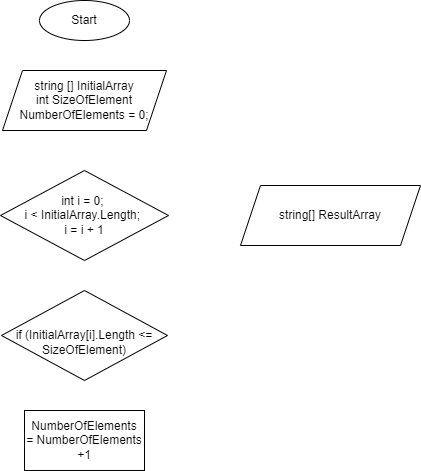
Above: Diagram.drawio.png in AntonStepin/ContolWork (draw.io), before the change. Source tidied: cells renumbered, new cells last; positions are measured from the earlier drawing's top-left corner, leaving out a move shared by most shapes. The source it was exported from:
```xml
<mxGraphModel>
  <root>
    <mxCell id="0" />
    <mxCell id="1" parent="0" />
    <mxCell id="2" value="Start" style="ellipse;whiteSpace=wrap;html=1;" parent="1" vertex="1">
      <mxGeometry x="39" width="90" height="40" as="geometry" />
    </mxCell>
    <mxCell id="3" value="int i = 0; &lt;br&gt;i &amp;lt; InitialArray.Length; &lt;br&gt;i = i + 1" style="rhombus;whiteSpace=wrap;html=1;" parent="1" vertex="1">
      <mxGeometry y="170" width="168" height="90" as="geometry" />
    </mxCell>
    <mxCell id="4" value="&lt;br&gt;if (InitialArray[i].Length &amp;lt;= SizeOfElement)" style="rhombus;whiteSpace=wrap;html=1;" parent="1" vertex="1">
      <mxGeometry x="1" y="290" width="166" height="90" as="geometry" />
    </mxCell>
    <mxCell id="5" value="&lt;span&gt;NumberOfElements =&amp;nbsp;&lt;/span&gt;NumberOfElements +1" style="rounded=0;whiteSpace=wrap;html=1;" parent="1" vertex="1">
      <mxGeometry x="24" y="410" width="120" height="60" as="geometry" />
    </mxCell>
    <mxCell id="6" value="&lt;span&gt;string [] InitialArray&lt;/span&gt;&lt;br&gt;&lt;span&gt;int SizeOfElement&lt;/span&gt;&lt;br&gt;&lt;span&gt;NumberOfElements = 0;&lt;/span&gt;" style="shape=parallelogram;perimeter=parallelogramPerimeter;whiteSpace=wrap;html=1;fixedSize=1;" parent="1" vertex="1">
      <mxGeometry x="2" y="70" width="164" height="60" as="geometry" />
    </mxCell>
    <mxCell id="7" value="string[] ResultArray" style="shape=parallelogram;perimeter=parallelogramPerimeter;whiteSpace=wrap;html=1;fixedSize=1;" parent="1" vertex="1">
      <mxGeometry x="240" y="185" width="180" height="60" as="geometry" />
    </mxCell>
  </root>
</mxGraphModel>
```
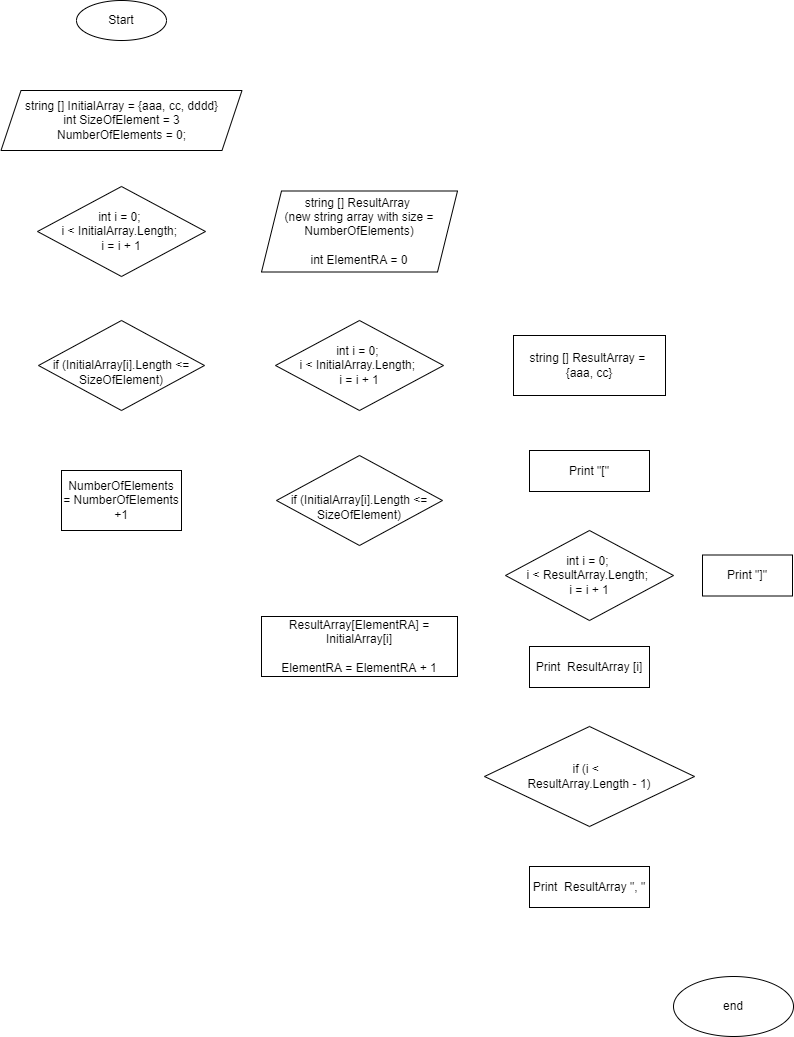
The same diagram one commit later.

Commit message:
Diagram v2 full

Diff of the diagram source:
```diff
@@ -3,22 +3,55 @@
     <mxCell id="0" />
     <mxCell id="1" parent="0" />
     <mxCell id="2" value="Start" style="ellipse;whiteSpace=wrap;html=1;" parent="1" vertex="1">
-      <mxGeometry x="39" width="90" height="40" as="geometry" />
+      <mxGeometry x="-236" y="14" width="90" height="40" as="geometry" />
     </mxCell>
     <mxCell id="3" value="int i = 0; &lt;br&gt;i &amp;lt; InitialArray.Length; &lt;br&gt;i = i + 1" style="rhombus;whiteSpace=wrap;html=1;" parent="1" vertex="1">
-      <mxGeometry y="170" width="168" height="90" as="geometry" />
+      <mxGeometry x="-275" y="200" width="168" height="90" as="geometry" />
     </mxCell>
     <mxCell id="4" value="&lt;br&gt;if (InitialArray[i].Length &amp;lt;= SizeOfElement)" style="rhombus;whiteSpace=wrap;html=1;" parent="1" vertex="1">
-      <mxGeometry x="1" y="290" width="166" height="90" as="geometry" />
+      <mxGeometry x="-274" y="334" width="166" height="90" as="geometry" />
     </mxCell>
     <mxCell id="5" value="&lt;span&gt;NumberOfElements =&amp;nbsp;&lt;/span&gt;NumberOfElements +1" style="rounded=0;whiteSpace=wrap;html=1;" parent="1" vertex="1">
-      <mxGeometry x="24" y="410" width="120" height="60" as="geometry" />
+      <mxGeometry x="-251" y="484" width="120" height="60" as="geometry" />
     </mxCell>
-    <mxCell id="6" value="&lt;span&gt;string [] InitialArray&lt;/span&gt;&lt;br&gt;&lt;span&gt;int SizeOfElement&lt;/span&gt;&lt;br&gt;&lt;span&gt;NumberOfElements = 0;&lt;/span&gt;" style="shape=parallelogram;perimeter=parallelogramPerimeter;whiteSpace=wrap;html=1;fixedSize=1;" parent="1" vertex="1">
-      <mxGeometry x="2" y="70" width="164" height="60" as="geometry" />
+    <mxCell id="6" value="&lt;span&gt;string [] InitialArray = {aaa, cc, dddd}&lt;/span&gt;&lt;br&gt;&lt;span&gt;int SizeOfElement = 3&lt;/span&gt;&lt;br&gt;&lt;span&gt;NumberOfElements = 0;&lt;/span&gt;" style="shape=parallelogram;perimeter=parallelogramPerimeter;whiteSpace=wrap;html=1;fixedSize=1;" parent="1" vertex="1">
+      <mxGeometry x="-311.5" y="104" width="241" height="60" as="geometry" />
     </mxCell>
-    <mxCell id="7" value="string[] ResultArray" style="shape=parallelogram;perimeter=parallelogramPerimeter;whiteSpace=wrap;html=1;fixedSize=1;" parent="1" vertex="1">
-      <mxGeometry x="240" y="185" width="180" height="60" as="geometry" />
-    </mxCell>
+    <mxCell id="8" value="&lt;br&gt;if (InitialArray[i].Length &amp;lt;= SizeOfElement)" style="rhombus;whiteSpace=wrap;html=1;" parent="1" vertex="1">
+      <mxGeometry x="-36" y="469" width="166" height="90" as="geometry" />
+    </mxCell>
+    <mxCell id="9" value="ResultArray[ElementRA] = InitialArray[i]&lt;br&gt;&lt;br&gt;ElementRA = ElementRA + 1" style="rounded=0;whiteSpace=wrap;html=1;" parent="1" vertex="1">
+      <mxGeometry x="-51" y="630" width="196" height="60" as="geometry" />
+    </mxCell>
+    <mxCell id="10" value="string [] ResultArray = &lt;br&gt;{aaa, cc}" style="rounded=0;whiteSpace=wrap;html=1;" parent="1" vertex="1">
+      <mxGeometry x="201" y="349" width="152" height="60" as="geometry" />
+    </mxCell>
+    <mxCell id="11" value="int i = 0; &lt;br&gt;i &amp;lt; ResultArray.Length; &lt;br&gt;i = i + 1" style="rhombus;whiteSpace=wrap;html=1;" parent="1" vertex="1">
+      <mxGeometry x="193" y="544" width="168" height="90" as="geometry" />
+    </mxCell>
+    <mxCell id="12" value="string [] ResultArray&amp;nbsp;&lt;br&gt;(new string array with size = NumberOfElements)&lt;br&gt;&lt;br&gt;int ElementRA = 0" style="shape=parallelogram;perimeter=parallelogramPerimeter;whiteSpace=wrap;html=1;fixedSize=1;" parent="1" vertex="1">
+      <mxGeometry x="-51" y="204.5" width="196" height="81" as="geometry" />
+    </mxCell>
+    <mxCell id="13" value="int i = 0; &lt;br&gt;i &amp;lt; InitialArray.Length; &lt;br&gt;i = i + 1" style="rhombus;whiteSpace=wrap;html=1;" parent="1" vertex="1">
+      <mxGeometry x="-37" y="334" width="168" height="90" as="geometry" />
+    </mxCell>
+    <mxCell id="14" value="Print &quot;[&quot;" style="rounded=0;whiteSpace=wrap;html=1;" parent="1" vertex="1">
+      <mxGeometry x="217" y="464" width="120" height="41" as="geometry" />
+    </mxCell>
+    <mxCell id="15" value="if (i &amp;lt;&amp;nbsp; &lt;br&gt;ResultArray.Length - 1)" style="rhombus;whiteSpace=wrap;html=1;" parent="1" vertex="1">
+      <mxGeometry x="172" y="740" width="210" height="100" as="geometry" />
+    </mxCell>
+    <mxCell id="16" value="Print&amp;nbsp; ResultArray [i]" style="rounded=0;whiteSpace=wrap;html=1;" parent="1" vertex="1">
+      <mxGeometry x="217" y="660" width="120" height="41" as="geometry" />
+    </mxCell>
+    <mxCell id="17" value="Print&amp;nbsp; ResultArray &quot;, &quot;" style="rounded=0;whiteSpace=wrap;html=1;" parent="1" vertex="1">
+      <mxGeometry x="217" y="880" width="120" height="41" as="geometry" />
+    </mxCell>
+    <mxCell id="18" value="Print &quot;]&quot;" style="rounded=0;whiteSpace=wrap;html=1;" parent="1" vertex="1">
+      <mxGeometry x="390" y="568.5" width="90" height="41" as="geometry" />
+    </mxCell>
+    <mxCell id="19" value="end" style="ellipse;whiteSpace=wrap;html=1;" parent="1" vertex="1">
+      <mxGeometry x="361" y="990" width="120" height="60" as="geometry" />
+    </mxCell>
   </root>
 </mxGraphModel>
```
